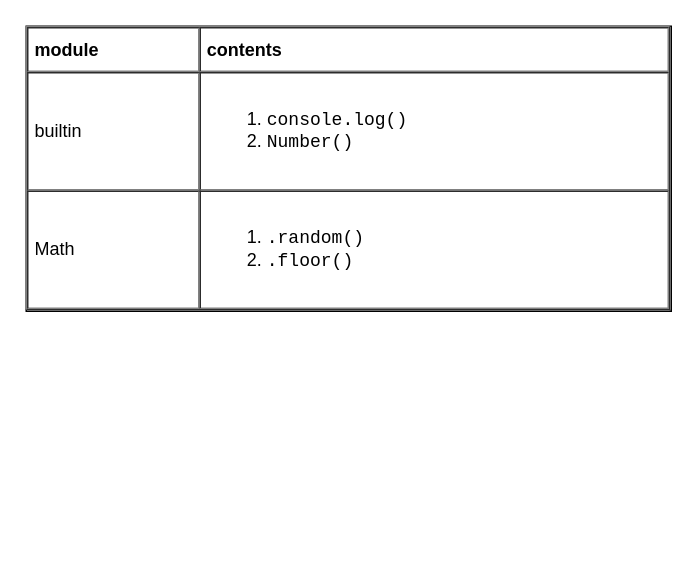
Before: page "functions" (3 of 4) of languages/javascript/javascript.drawio in yangdj/tf_docs, a draw.io diagram. Source tidied: cells renumbered, new cells numbered last; positions are measured from the earlier drawing's top-left corner, leaving out a move shared by most shapes. Both pictures are drawn from the tidied source at 150%, with x=0, y=0 at pixel (26, 26).
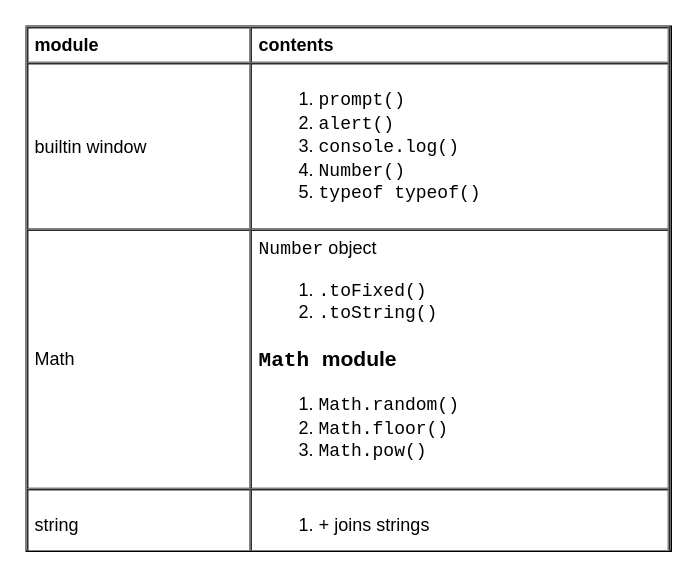
Above is the later version.

What changed in the source:
```diff
@@
 <mxGraphModel>
   <root>
     <mxCell id="0" />
     <mxCell id="1" parent="0" />
-    <mxCell id="2" value="&lt;table cellpadding=&quot;4&quot; cellspacing=&quot;0&quot; border=&quot;1&quot; style=&quot;font-size: 1em ; width: 100% ; height: 100%&quot;&gt;&lt;tbody&gt;&lt;tr&gt;&lt;th&gt;module&lt;/th&gt;&lt;th&gt;contents&lt;/th&gt;&lt;/tr&gt;&lt;tr&gt;&lt;td&gt;builtin&lt;/td&gt;&lt;td&gt;&lt;ol&gt;&lt;li&gt;&lt;font face=&quot;Courier New&quot;&gt;console.log()&lt;/font&gt;&lt;/li&gt;&lt;li&gt;&lt;font face=&quot;Courier New&quot;&gt;Number()&lt;/font&gt;&lt;/li&gt;&lt;/ol&gt;&lt;/td&gt;&lt;/tr&gt;&lt;tr&gt;&lt;td&gt;Math&lt;/td&gt;&lt;td&gt;&lt;ol&gt;&lt;li&gt;&lt;font face=&quot;Courier New&quot;&gt;.random()&lt;/font&gt;&lt;/li&gt;&lt;li&gt;&lt;font face=&quot;Courier New&quot;&gt;.floor()&lt;/font&gt;&lt;/li&gt;&lt;/ol&gt;&lt;/td&gt;&lt;/tr&gt;&lt;/tbody&gt;&lt;/table&gt; " style="verticalAlign=top;align=left;overflow=fill;fontSize=12;fontFamily=Helvetica;html=1;" parent="1" vertex="1">
-      <mxGeometry width="430" height="190" as="geometry" />
+    <mxCell id="2" value="&lt;table cellpadding=&quot;4&quot; cellspacing=&quot;0&quot; border=&quot;1&quot; style=&quot;font-size: 1em ; width: 100% ; height: 100%&quot;&gt;&lt;tbody&gt;&lt;tr&gt;&lt;th&gt;module&lt;/th&gt;&lt;th&gt;contents&lt;/th&gt;&lt;/tr&gt;&lt;tr&gt;&lt;td&gt;builtin window&lt;/td&gt;&lt;td&gt;&lt;ol&gt;&lt;li&gt;&lt;font face=&quot;Courier New&quot;&gt;prompt()&lt;/font&gt;&lt;/li&gt;&lt;li&gt;&lt;font face=&quot;Courier New&quot;&gt;alert()&lt;/font&gt;&lt;/li&gt;&lt;li&gt;&lt;font face=&quot;Courier New&quot;&gt;console.log()&lt;/font&gt;&lt;/li&gt;&lt;li&gt;&lt;font face=&quot;Courier New&quot;&gt;Number()&lt;/font&gt;&lt;/li&gt;&lt;li&gt;&lt;font face=&quot;Courier New&quot;&gt;typeof typeof()&lt;/font&gt;&lt;/li&gt;&lt;/ol&gt;&lt;/td&gt;&lt;/tr&gt;&lt;tr&gt;&lt;td&gt;Math&lt;/td&gt;&lt;td&gt;&lt;div&gt;&lt;font face=&quot;Courier New&quot;&gt;Number&lt;/font&gt;&amp;nbsp;object&lt;/div&gt;&lt;div&gt;&lt;ol&gt;&lt;li&gt;&lt;font face=&quot;Courier New&quot;&gt;.toFixed()&lt;/font&gt;&lt;/li&gt;&lt;li&gt;&lt;font face=&quot;Courier New&quot;&gt;.toString()&lt;/font&gt;&lt;/li&gt;&lt;/ol&gt;&lt;/div&gt;&lt;h3&gt;&lt;font face=&quot;Courier New&quot;&gt;Math &lt;/font&gt;module&lt;/h3&gt;&lt;ol&gt;&lt;li&gt;&lt;font face=&quot;Courier New&quot;&gt;Math.random()&lt;/font&gt;&lt;/li&gt;&lt;li&gt;&lt;font face=&quot;Courier New&quot;&gt;Math.floor()&lt;/font&gt;&lt;/li&gt;&lt;li&gt;&lt;font face=&quot;Courier New&quot;&gt;Math.pow()&lt;/font&gt;&lt;/li&gt;&lt;/ol&gt;&lt;/td&gt;&lt;/tr&gt;&lt;tr&gt;&lt;td&gt;string&lt;/td&gt;&lt;td&gt;&lt;ol&gt;&lt;li&gt;&lt;font face=&quot;Courier New&quot;&gt;+&lt;/font&gt;&amp;nbsp;joins strings&lt;/li&gt;&lt;/ol&gt;&lt;/td&gt;&lt;/tr&gt;&lt;/tbody&gt;&lt;/table&gt; " style="verticalAlign=top;align=left;overflow=fill;fontSize=12;fontFamily=Helvetica;html=1;" parent="1" vertex="1">
+      <mxGeometry width="430" height="350" as="geometry" />
     </mxCell>
   </root>
 </mxGraphModel>
```
